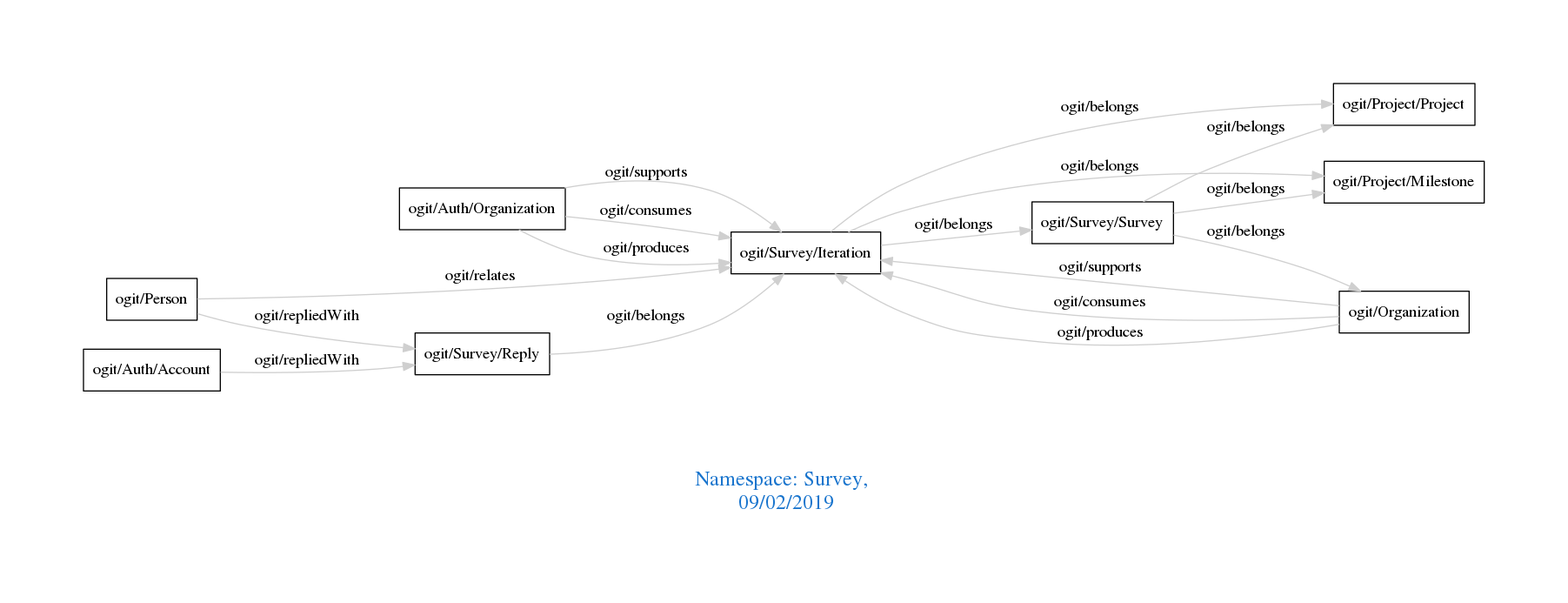
This is downloads/Survey.png from arago/OGIT, a Graphviz export, as it was before one commit. Its source is kept beside it as downloads/Survey.dot.
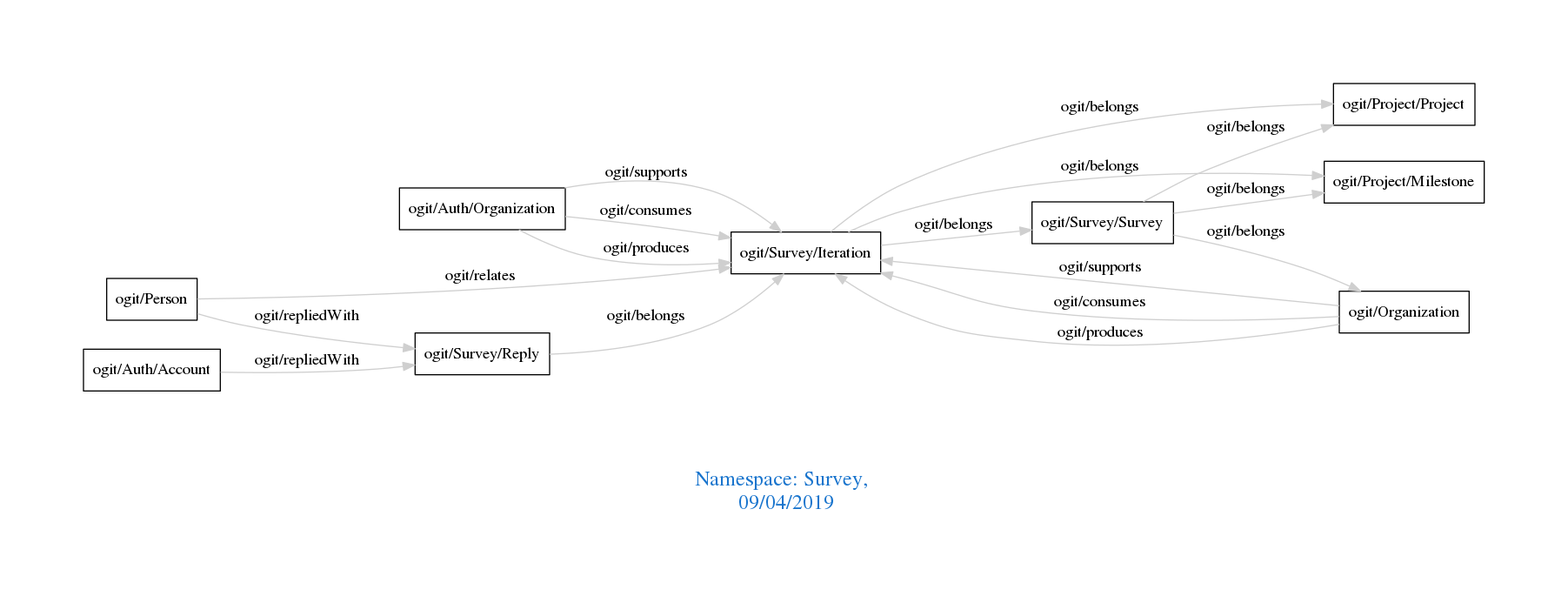
The same file after the commit.

Change to the diagram source:
```diff
@@ -1,7 +1,7 @@
 digraph OGIT_ontology {
  graph [ rankdir= LR,pad=1
 fontsize = 18,
-fontcolor= dodgerblue3,label = "\n\n\nNamespace: Survey, \n 09/02/2019"];
+fontcolor= dodgerblue3,label = "\n\n\nNamespace: Survey, \n 09/04/2019"];
 node[shape=polygon];
 edge [  color="gray81"];
 
```
